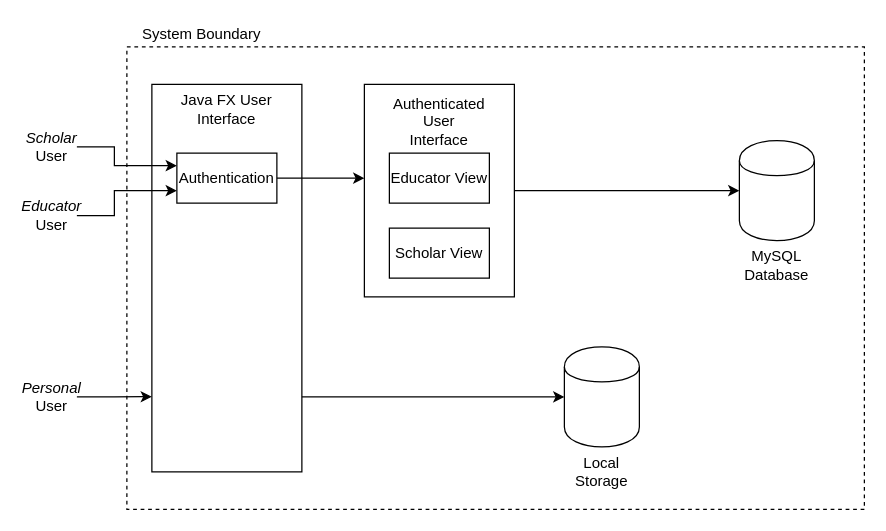
Earlier version of the draw.io diagram Requirements/system_boundary.drawio (LachlanSmith1/Studioruum). Source tidied: cells renumbered, new cells numbered last; positions are measured from the earlier drawing's top-left corner, leaving out a move shared by most shapes. Both pictures are drawn from the tidied source at 125%, with x=0, y=0 at pixel (26, 21).
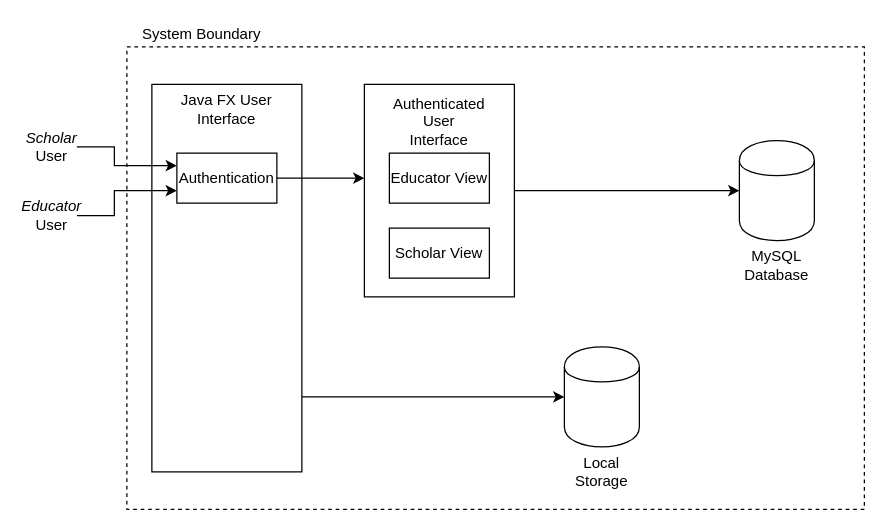
Above is the later version.

Commit message (it also covers changes not shown here):
System Requirements

The change refers to these unchanged cells:
```xml
<mxCell id="4" style="rounded=0;whiteSpace=wrap;html=1;" parent="1" vertex="1">
  <mxGeometry x="100" y="50" width="120" height="310" as="geometry" />
</mxCell>
```

The edit, as a diff of the source:
```diff
@@
-    <mxCell id="11" style="edgeStyle=orthogonalEdgeStyle;rounded=0;jettySize=auto;html=1;entryX=0;entryY=0.806;entryDx=0;entryDy=0;entryPerimeter=0;" parent="1" edge="1" source="12" target="4">
-      <mxGeometry relative="1" as="geometry" />
-    </mxCell>
-    <mxCell id="12" value="&lt;i&gt;Personal&lt;/i&gt; User" style="text;html=1;strokeColor=none;fillColor=none;align=center;verticalAlign=middle;whiteSpace=wrap;rounded=0;" parent="1" vertex="1">
-      <mxGeometry y="290" width="40" height="20" as="geometry" />
-    </mxCell>
```
